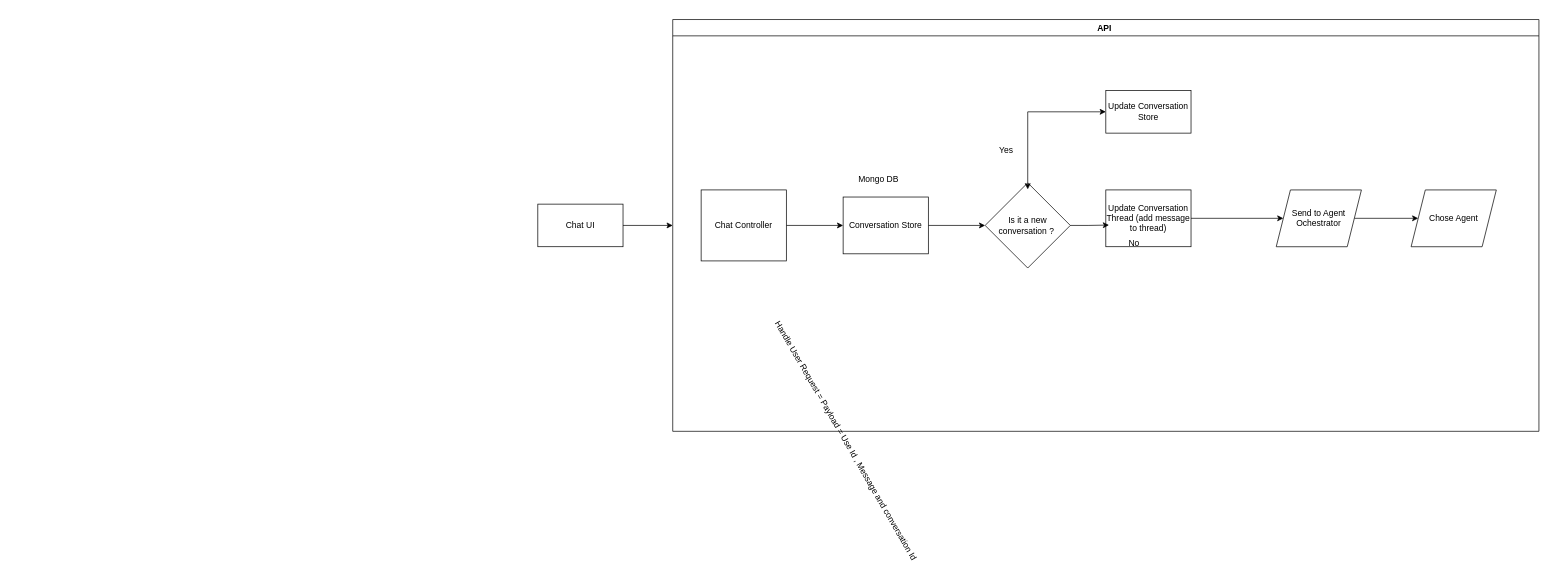
Above: AgenticAI.drawio in SifisoMzansi/architecture-diagrams (draw.io), before the change. Source tidied: cells renumbered, new cells numbered last; positions are measured from the earlier drawing's top-left corner, leaving out a move shared by most shapes. Both pictures are drawn from the tidied source at 71%, with x=0, y=0 at pixel (537, 19).
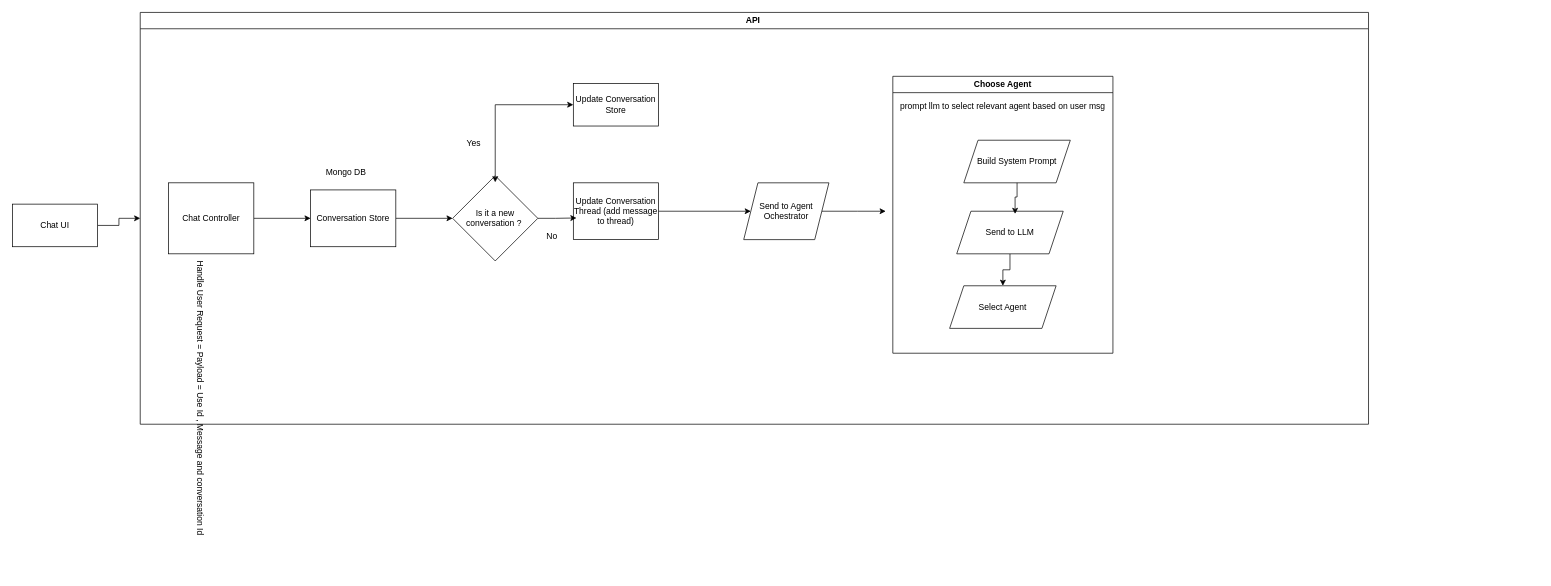
After the change.

The change refers to these unchanged cells:
```xml
<mxCell id="19" value="Send to Agent Ochestrator" style="shape=parallelogram;perimeter=parallelogramPerimeter;whiteSpace=wrap;html=1;fixedSize=1;" parent="4" vertex="1">
  <mxGeometry x="850" y="240" width="120" height="80" as="geometry" />
</mxCell>
```

Change to the diagram source:
```diff
@@
     <mxCell id="3" value="Chat UI" style="rounded=0;whiteSpace=wrap;html=1;" parent="1" vertex="1">
-      <mxGeometry y="260" width="120" height="60" as="geometry" />
+      <mxGeometry x="-740" y="260" width="120" height="60" as="geometry" />
     </mxCell>
     <mxCell id="4" value="API&amp;nbsp;" style="swimlane;whiteSpace=wrap;html=1;" parent="1" vertex="1">
-      <mxGeometry x="190" width="1220" height="580" as="geometry" />
+      <mxGeometry x="-560" y="-10" width="1730" height="580" as="geometry" />
     </mxCell>
@@
-    <mxCell id="18" style="edgeStyle=orthogonalEdgeStyle;rounded=0;jettySize=auto;html=1;entryX=0;entryY=0.5;entryDx=0;entryDy=0;" parent="4" edge="1" source="19" target="20">
-      <mxGeometry relative="1" as="geometry" />
+    <mxCell id="18" style="edgeStyle=orthogonalEdgeStyle;rounded=0;jettySize=auto;html=1;entryX=0;entryY=0.5;entryDx=0;entryDy=0;" parent="4" edge="1" source="19">
+      <mxGeometry relative="1" as="geometry">
+        <mxPoint x="1050" y="280" as="targetPoint" />
+      </mxGeometry>
     </mxCell>
@@
-    <mxCell id="20" value="Chose Agent" style="shape=parallelogram;perimeter=parallelogramPerimeter;whiteSpace=wrap;html=1;fixedSize=1;" parent="4" vertex="1">
-      <mxGeometry x="1040" y="240" width="120" height="80" as="geometry" />
-    </mxCell>
+    <mxCell id="22" value="Handle User Request = Payload = Use Id , Message and conversation Id&amp;nbsp;" style="text;html=1;whiteSpace=wrap;align=center;verticalAlign=middle;rounded=0;rotation=90;" parent="4" vertex="1">
+      <mxGeometry x="-120" y="530" width="410" height="30" as="geometry" />
+    </mxCell>
-    <mxCell id="21" value="No" style="text;html=1;whiteSpace=wrap;strokeColor=none;fillColor=none;align=center;verticalAlign=middle;rounded=0;" parent="1" vertex="1">
-      <mxGeometry x="820" y="300" width="40" height="30" as="geometry" />
+    <mxCell id="21" value="No" style="text;html=1;whiteSpace=wrap;strokeColor=none;fillColor=none;align=center;verticalAlign=middle;rounded=0;" parent="4" vertex="1">
+      <mxGeometry x="560" y="300" width="40" height="30" as="geometry" />
     </mxCell>
-    <mxCell id="22" value="Handle User Request = Payload = Use Id , Message and conversation Id&amp;nbsp;" style="text;html=1;whiteSpace=wrap;align=center;verticalAlign=middle;rounded=0;rotation=60;" parent="1" vertex="1">
-      <mxGeometry x="230" y="580" width="410" height="30" as="geometry" />
-    </mxCell>
+    <mxCell id="23" value="Choose Agent" style="swimlane;whiteSpace=wrap;html=1;" parent="4" vertex="1">
+      <mxGeometry x="1060" y="90" width="310" height="390" as="geometry" />
+    </mxCell>
+    <mxCell id="24" value="Build System Prompt" style="shape=parallelogram;perimeter=parallelogramPerimeter;whiteSpace=wrap;html=1;fixedSize=1;" parent="23" vertex="1">
+      <mxGeometry x="100" y="90" width="150" height="60" as="geometry" />
+    </mxCell>
+    <mxCell id="25" style="edgeStyle=orthogonalEdgeStyle;rounded=0;jettySize=auto;html=1;entryX=0.5;entryY=0;entryDx=0;entryDy=0;" parent="23" edge="1" source="26" target="27">
+      <mxGeometry relative="1" as="geometry" />
+    </mxCell>
+    <mxCell id="26" value="Send to LLM" style="shape=parallelogram;perimeter=parallelogramPerimeter;whiteSpace=wrap;html=1;fixedSize=1;" parent="23" vertex="1">
+      <mxGeometry x="90" y="190" width="150" height="60" as="geometry" />
+    </mxCell>
+    <mxCell id="27" value="Select Agent" style="shape=parallelogram;perimeter=parallelogramPerimeter;whiteSpace=wrap;html=1;fixedSize=1;" parent="23" vertex="1">
+      <mxGeometry x="80" y="295" width="150" height="60" as="geometry" />
+    </mxCell>
+    <mxCell id="28" value="prompt llm to select relevant agent based on user msg&lt;div&gt;&lt;br&gt;&lt;/div&gt;" style="text;html=1;whiteSpace=wrap;strokeColor=none;fillColor=none;align=center;verticalAlign=middle;rounded=0;" parent="23" vertex="1">
+      <mxGeometry y="30" width="310" height="40" as="geometry" />
+    </mxCell>
+    <mxCell id="29" style="edgeStyle=orthogonalEdgeStyle;rounded=0;jettySize=auto;html=1;entryX=0.548;entryY=0.063;entryDx=0;entryDy=0;entryPerimeter=0;" parent="23" edge="1" source="24" target="26">
+      <mxGeometry relative="1" as="geometry" />
+    </mxCell>
```
